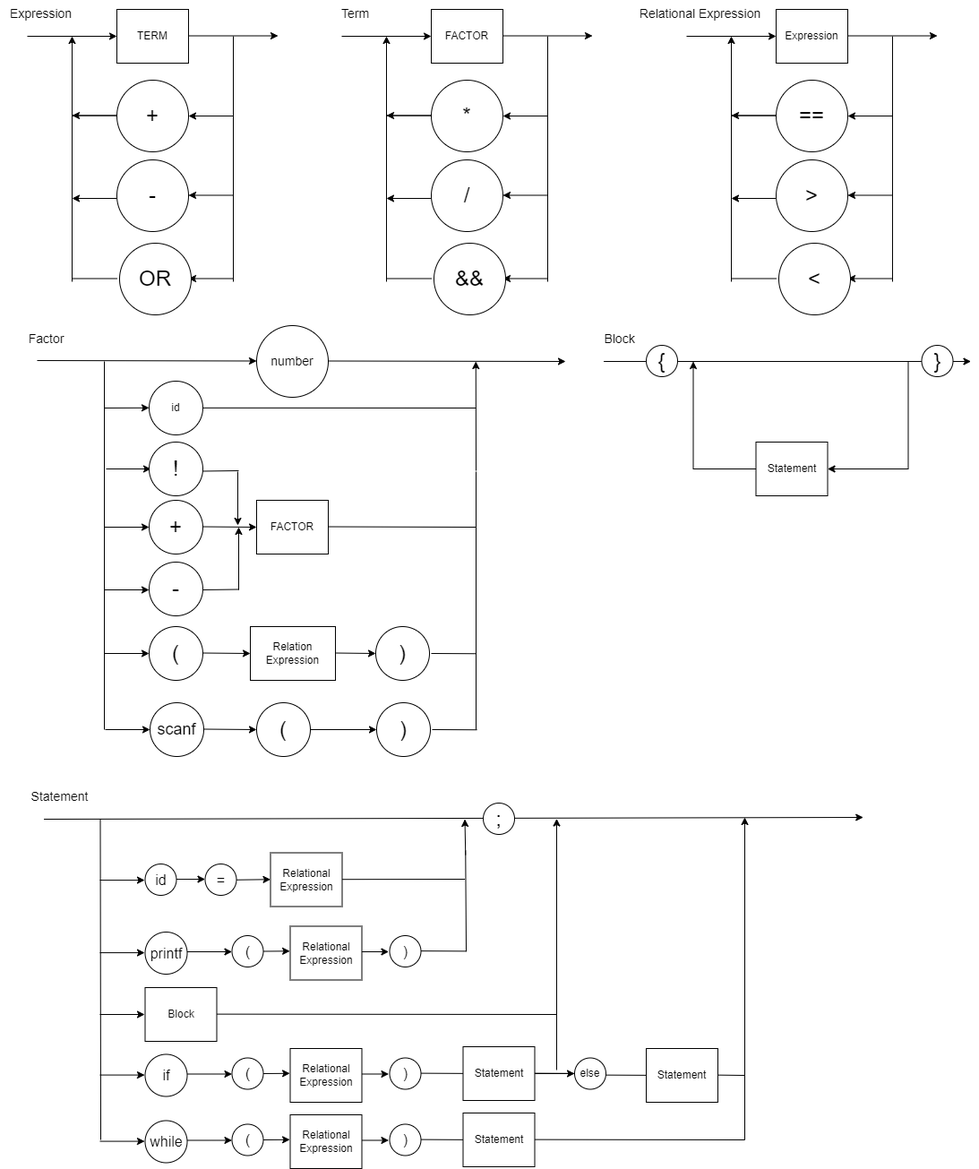
gustavoeso/LogCompGESO keeps this draw.io diagram as imgs/diagrama_v3.png. Above is the earlier version. Source tidied: cells renumbered, new cells last; positions are measured from the earlier drawing's top-left corner, leaving out a move shared by most shapes.
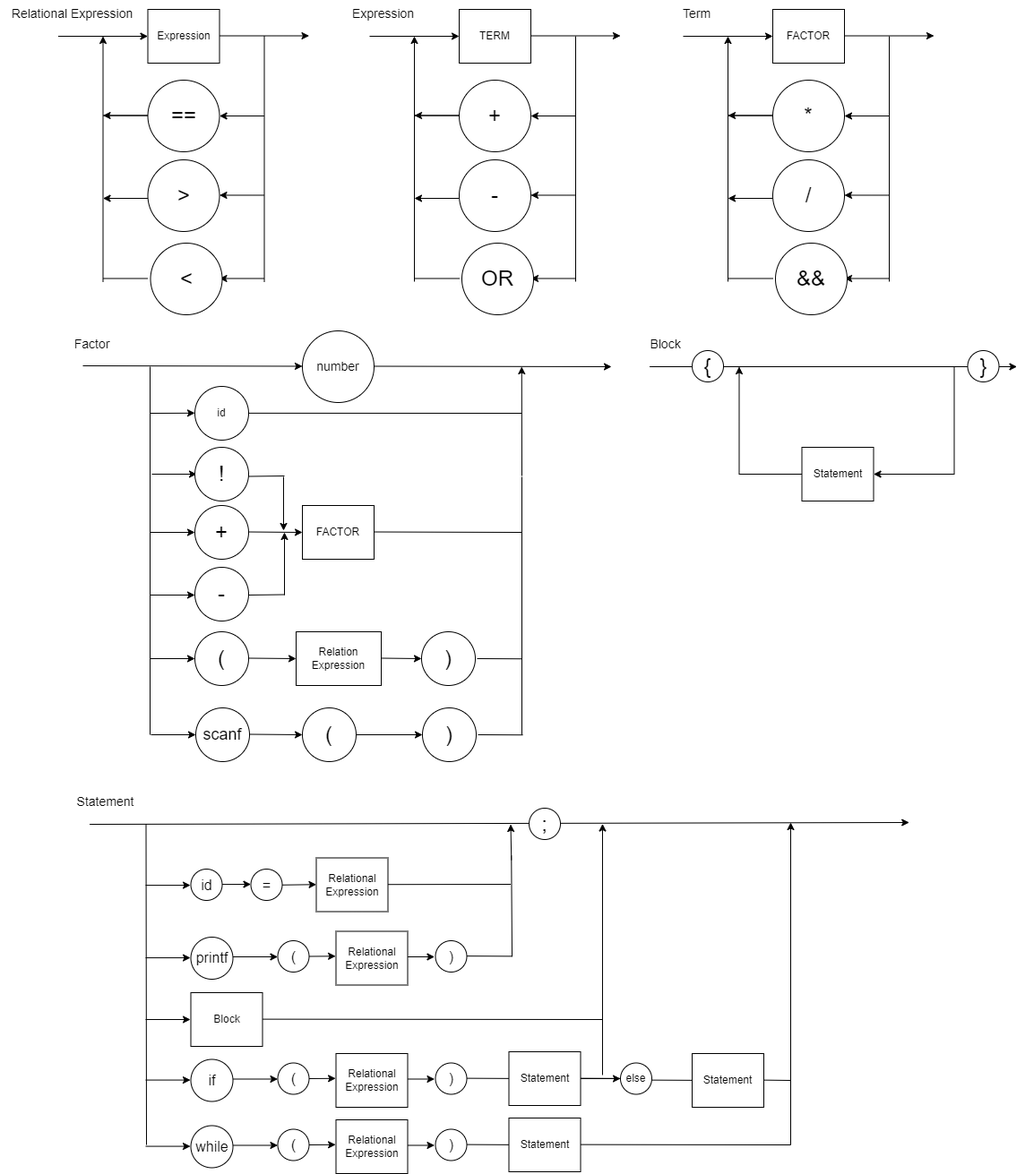
Above is the later version.

Commit message:
atualizando imagem

The edit, as a diff of the source:
```diff
@@ -6,4 +6,4 @@
       <mxGeometry relative="1" as="geometry">
-        <mxPoint x="381" y="40" as="sourcePoint" />
-        <mxPoint x="481" y="40" as="targetPoint" />
+        <mxPoint x="711" y="34" as="sourcePoint" />
+        <mxPoint x="811" y="34" as="targetPoint" />
       </mxGeometry>
@@ -12,4 +12,4 @@
       <mxGeometry relative="1" as="geometry">
-        <mxPoint x="561" y="39.5" as="sourcePoint" />
-        <mxPoint x="661" y="39.5" as="targetPoint" />
+        <mxPoint x="891" y="33.5" as="sourcePoint" />
+        <mxPoint x="991" y="33.5" as="targetPoint" />
       </mxGeometry>
@@ -18,4 +18,4 @@
       <mxGeometry relative="1" as="geometry">
-        <mxPoint x="611" y="314" as="sourcePoint" />
-        <mxPoint x="611" y="40" as="targetPoint" />
+        <mxPoint x="941" y="308" as="sourcePoint" />
+        <mxPoint x="941" y="34" as="targetPoint" />
       </mxGeometry>
@@ -24,3 +24,3 @@
       <mxGeometry relative="1" as="geometry">
-        <mxPoint x="611" y="129" as="sourcePoint" />
+        <mxPoint x="941" y="123" as="sourcePoint" />
       </mxGeometry>
@@ -28,6 +28,6 @@
     <mxCell id="6" value="*" style="ellipse;whiteSpace=wrap;html=1;fontSize=24;" parent="1" vertex="1">
-      <mxGeometry x="481" y="89" width="80" height="80" as="geometry" />
+      <mxGeometry x="811" y="83" width="80" height="80" as="geometry" />
     </mxCell>
     <mxCell id="7" value="/" style="ellipse;whiteSpace=wrap;html=1;fontSize=24;" parent="1" vertex="1">
-      <mxGeometry x="481" y="178" width="80" height="80" as="geometry" />
+      <mxGeometry x="811" y="172" width="80" height="80" as="geometry" />
     </mxCell>
@@ -35,4 +35,4 @@
       <mxGeometry relative="1" as="geometry">
-        <mxPoint x="611" y="217.5" as="sourcePoint" />
-        <mxPoint x="561" y="217.5" as="targetPoint" />
+        <mxPoint x="941" y="211.5" as="sourcePoint" />
+        <mxPoint x="891" y="211.5" as="targetPoint" />
       </mxGeometry>
@@ -41,4 +41,4 @@
       <mxGeometry relative="1" as="geometry">
-        <mxPoint x="431" y="314" as="sourcePoint" />
-        <mxPoint x="431" y="40" as="targetPoint" />
+        <mxPoint x="761" y="308" as="sourcePoint" />
+        <mxPoint x="761" y="34" as="targetPoint" />
       </mxGeometry>
@@ -47,4 +47,4 @@
       <mxGeometry relative="1" as="geometry">
-        <mxPoint x="431" y="310.5" as="sourcePoint" />
-        <mxPoint x="481" y="310.5" as="targetPoint" />
+        <mxPoint x="761" y="304.5" as="sourcePoint" />
+        <mxPoint x="811" y="304.5" as="targetPoint" />
       </mxGeometry>
@@ -53,4 +53,4 @@
       <mxGeometry relative="1" as="geometry">
-        <mxPoint x="431" y="128.5" as="sourcePoint" />
-        <mxPoint x="481" y="128.5" as="targetPoint" />
+        <mxPoint x="761" y="122.5" as="sourcePoint" />
+        <mxPoint x="811" y="122.5" as="targetPoint" />
       </mxGeometry>
@@ -58,3 +58,3 @@
     <mxCell id="12" value="&lt;font style=&quot;font-size: 14px;&quot;&gt;Term&lt;/font&gt;" style="text;html=1;align=center;verticalAlign=middle;strokeColor=none;fillColor=none;" parent="1" vertex="1">
-      <mxGeometry x="371" width="50" height="30" as="geometry" />
+      <mxGeometry x="701" y="-6" width="50" height="30" as="geometry" />
     </mxCell>
@@ -62,4 +62,4 @@
       <mxGeometry relative="1" as="geometry">
-        <mxPoint x="481" y="128.5" as="sourcePoint" />
-        <mxPoint x="431" y="128.5" as="targetPoint" />
+        <mxPoint x="811" y="122.5" as="sourcePoint" />
+        <mxPoint x="761" y="122.5" as="targetPoint" />
       </mxGeometry>
@@ -124,3 +124,3 @@
     <mxCell id="25" value="FACTOR" style="rounded=0;whiteSpace=wrap;html=1;" parent="1" vertex="1">
-      <mxGeometry x="481" y="10" width="80" height="60" as="geometry" />
+      <mxGeometry x="811" y="4" width="80" height="60" as="geometry" />
     </mxCell>
@@ -341,4 +341,4 @@
       <mxGeometry relative="1" as="geometry">
-        <mxPoint x="611" y="310.5" as="sourcePoint" />
-        <mxPoint x="561" y="310.5" as="targetPoint" />
+        <mxPoint x="941" y="304.5" as="sourcePoint" />
+        <mxPoint x="891" y="304.5" as="targetPoint" />
       </mxGeometry>
@@ -346,3 +346,3 @@
     <mxCell id="73" value="&amp;amp;&amp;amp;" style="ellipse;whiteSpace=wrap;html=1;fontSize=24;" parent="1" vertex="1">
-      <mxGeometry x="484" y="271" width="80" height="80" as="geometry" />
+      <mxGeometry x="814" y="265" width="80" height="80" as="geometry" />
     </mxCell>
@@ -350,90 +350,10 @@
       <mxGeometry relative="1" as="geometry">
-        <mxPoint x="481" y="221" as="sourcePoint" />
-        <mxPoint x="431" y="221" as="targetPoint" />
+        <mxPoint x="811" y="215" as="sourcePoint" />
+        <mxPoint x="761" y="215" as="targetPoint" />
       </mxGeometry>
     </mxCell>
-    <mxCell id="75" style="endArrow=classic;html=1;rounded=0;" parent="1" edge="1">
-      <mxGeometry relative="1" as="geometry">
-        <mxPoint x="30" y="40" as="sourcePoint" />
-        <mxPoint x="130" y="40" as="targetPoint" />
-      </mxGeometry>
-    </mxCell>
-    <mxCell id="76" style="endArrow=classic;html=1;rounded=0;" parent="1" edge="1">
-      <mxGeometry relative="1" as="geometry">
-        <mxPoint x="210" y="39.5" as="sourcePoint" />
-        <mxPoint x="310" y="39.5" as="targetPoint" />
-      </mxGeometry>
-    </mxCell>
-    <mxCell id="77" style="endArrow=none;html=1;rounded=0;" parent="1" edge="1">
-      <mxGeometry relative="1" as="geometry">
-        <mxPoint x="260" y="314" as="sourcePoint" />
-        <mxPoint x="260" y="40" as="targetPoint" />
-      </mxGeometry>
-    </mxCell>
-    <mxCell id="78" style="endArrow=classic;html=1;rounded=0;entryX=1;entryY=0.5;entryDx=0;entryDy=0;" parent="1" edge="1" target="79">
-      <mxGeometry relative="1" as="geometry">
-        <mxPoint x="260" y="129" as="sourcePoint" />
-      </mxGeometry>
-    </mxCell>
-    <mxCell id="79" value="+" style="ellipse;whiteSpace=wrap;html=1;fontSize=24;" parent="1" vertex="1">
-      <mxGeometry x="130" y="89" width="80" height="80" as="geometry" />
-    </mxCell>
-    <mxCell id="80" value="-" style="ellipse;whiteSpace=wrap;html=1;fontSize=24;" parent="1" vertex="1">
-      <mxGeometry x="130" y="178" width="80" height="80" as="geometry" />
-    </mxCell>
-    <mxCell id="81" style="endArrow=classic;html=1;rounded=0;entryX=1;entryY=0.5;entryDx=0;entryDy=0;" parent="1" edge="1">
-      <mxGeometry relative="1" as="geometry">
-        <mxPoint x="260" y="217.5" as="sourcePoint" />
-        <mxPoint x="210" y="217.5" as="targetPoint" />
-      </mxGeometry>
-    </mxCell>
-    <mxCell id="82" style="endArrow=classic;html=1;rounded=0;" parent="1" edge="1">
-      <mxGeometry relative="1" as="geometry">
-        <mxPoint x="80" y="314" as="sourcePoint" />
-        <mxPoint x="80" y="40" as="targetPoint" />
-      </mxGeometry>
-    </mxCell>
-    <mxCell id="83" style="endArrow=none;html=1;rounded=0;entryX=0;entryY=0.5;entryDx=0;entryDy=0;" parent="1" edge="1">
-      <mxGeometry relative="1" as="geometry">
-        <mxPoint x="80" y="310.5" as="sourcePoint" />
-        <mxPoint x="130" y="310.5" as="targetPoint" />
-      </mxGeometry>
-    </mxCell>
-    <mxCell id="84" style="endArrow=none;html=1;rounded=0;entryX=0;entryY=0.5;entryDx=0;entryDy=0;" parent="1" edge="1">
-      <mxGeometry relative="1" as="geometry">
-        <mxPoint x="80" y="128.5" as="sourcePoint" />
-        <mxPoint x="130" y="128.5" as="targetPoint" />
-      </mxGeometry>
-    </mxCell>
-    <mxCell id="85" value="&lt;font style=&quot;font-size: 14px;&quot;&gt;Expression&lt;/font&gt;" style="text;html=1;align=center;verticalAlign=middle;strokeColor=none;fillColor=none;" parent="1" vertex="1">
-      <mxGeometry width="90" height="30" as="geometry" />
-    </mxCell>
-    <mxCell id="86" style="endArrow=classic;html=1;rounded=0;entryX=1;entryY=0.5;entryDx=0;entryDy=0;" parent="1" edge="1">
-      <mxGeometry relative="1" as="geometry">
-        <mxPoint x="130" y="128.5" as="sourcePoint" />
-        <mxPoint x="80" y="128.5" as="targetPoint" />
-      </mxGeometry>
-    </mxCell>
-    <mxCell id="87" value="TERM" style="rounded=0;whiteSpace=wrap;html=1;" parent="1" vertex="1">
-      <mxGeometry x="130" y="10" width="80" height="60" as="geometry" />
-    </mxCell>
-    <mxCell id="88" style="endArrow=classic;html=1;rounded=0;entryX=1;entryY=0.5;entryDx=0;entryDy=0;" parent="1" edge="1">
-      <mxGeometry relative="1" as="geometry">
-        <mxPoint x="260" y="310.5" as="sourcePoint" />
-        <mxPoint x="210" y="310.5" as="targetPoint" />
-      </mxGeometry>
-    </mxCell>
-    <mxCell id="89" value="OR" style="ellipse;whiteSpace=wrap;html=1;fontSize=24;" parent="1" vertex="1">
-      <mxGeometry x="133" y="271" width="80" height="80" as="geometry" />
-    </mxCell>
-    <mxCell id="90" style="endArrow=classic;html=1;rounded=0;entryX=1;entryY=0.5;entryDx=0;entryDy=0;" parent="1" edge="1">
-      <mxGeometry relative="1" as="geometry">
-        <mxPoint x="130" y="221" as="sourcePoint" />
-        <mxPoint x="80" y="221" as="targetPoint" />
-      </mxGeometry>
-    </mxCell>
     <mxCell id="91" style="endArrow=classic;html=1;rounded=0;" parent="1" edge="1">
       <mxGeometry relative="1" as="geometry">
-        <mxPoint x="766" y="40" as="sourcePoint" />
-        <mxPoint x="866" y="40" as="targetPoint" />
+        <mxPoint x="13.5" y="34" as="sourcePoint" />
+        <mxPoint x="113.5" y="34" as="targetPoint" />
       </mxGeometry>
@@ -442,4 +362,4 @@
       <mxGeometry relative="1" as="geometry">
-        <mxPoint x="946" y="39.5" as="sourcePoint" />
-        <mxPoint x="1046" y="39.5" as="targetPoint" />
+        <mxPoint x="193.5" y="33.5" as="sourcePoint" />
+        <mxPoint x="293.5" y="33.5" as="targetPoint" />
       </mxGeometry>
@@ -448,4 +368,4 @@
       <mxGeometry relative="1" as="geometry">
-        <mxPoint x="996" y="314" as="sourcePoint" />
-        <mxPoint x="996" y="40" as="targetPoint" />
+        <mxPoint x="243.5" y="308" as="sourcePoint" />
+        <mxPoint x="243.5" y="34" as="targetPoint" />
       </mxGeometry>
@@ -454,3 +374,3 @@
       <mxGeometry relative="1" as="geometry">
-        <mxPoint x="996" y="129" as="sourcePoint" />
+        <mxPoint x="243.5" y="123" as="sourcePoint" />
       </mxGeometry>
@@ -458,6 +378,6 @@
     <mxCell id="95" value="==" style="ellipse;whiteSpace=wrap;html=1;fontSize=24;" parent="1" vertex="1">
-      <mxGeometry x="866" y="89" width="80" height="80" as="geometry" />
+      <mxGeometry x="113.5" y="83" width="80" height="80" as="geometry" />
     </mxCell>
     <mxCell id="96" value="&amp;gt;" style="ellipse;whiteSpace=wrap;html=1;fontSize=24;" parent="1" vertex="1">
-      <mxGeometry x="866" y="178" width="80" height="80" as="geometry" />
+      <mxGeometry x="113.5" y="172" width="80" height="80" as="geometry" />
     </mxCell>
@@ -465,4 +385,4 @@
       <mxGeometry relative="1" as="geometry">
-        <mxPoint x="996" y="217.5" as="sourcePoint" />
-        <mxPoint x="946" y="217.5" as="targetPoint" />
+        <mxPoint x="243.5" y="211.5" as="sourcePoint" />
+        <mxPoint x="193.5" y="211.5" as="targetPoint" />
       </mxGeometry>
@@ -471,4 +391,4 @@
       <mxGeometry relative="1" as="geometry">
-        <mxPoint x="816" y="314" as="sourcePoint" />
-        <mxPoint x="816" y="40" as="targetPoint" />
+        <mxPoint x="63.5" y="308" as="sourcePoint" />
+        <mxPoint x="63.5" y="34" as="targetPoint" />
       </mxGeometry>
@@ -477,4 +397,4 @@
       <mxGeometry relative="1" as="geometry">
-        <mxPoint x="816" y="310.5" as="sourcePoint" />
-        <mxPoint x="866" y="310.5" as="targetPoint" />
+        <mxPoint x="63.5" y="304.5" as="sourcePoint" />
+        <mxPoint x="113.5" y="304.5" as="targetPoint" />
       </mxGeometry>
@@ -483,4 +403,4 @@
       <mxGeometry relative="1" as="geometry">
-        <mxPoint x="816" y="128.5" as="sourcePoint" />
-        <mxPoint x="866" y="128.5" as="targetPoint" />
+        <mxPoint x="63.5" y="122.5" as="sourcePoint" />
+        <mxPoint x="113.5" y="122.5" as="targetPoint" />
       </mxGeometry>
@@ -488,3 +408,3 @@
     <mxCell id="101" value="&lt;font style=&quot;font-size: 14px;&quot;&gt;Relational Expression&lt;/font&gt;" style="text;html=1;align=center;verticalAlign=middle;strokeColor=none;fillColor=none;" parent="1" vertex="1">
-      <mxGeometry x="701" width="160" height="30" as="geometry" />
+      <mxGeometry x="-51.5" y="-6" width="160" height="30" as="geometry" />
     </mxCell>
@@ -492,4 +412,4 @@
       <mxGeometry relative="1" as="geometry">
-        <mxPoint x="866" y="128.5" as="sourcePoint" />
-        <mxPoint x="816" y="128.5" as="targetPoint" />
+        <mxPoint x="113.5" y="122.5" as="sourcePoint" />
+        <mxPoint x="63.5" y="122.5" as="targetPoint" />
       </mxGeometry>
@@ -497,3 +417,3 @@
     <mxCell id="103" value="Expression" style="rounded=0;whiteSpace=wrap;html=1;" parent="1" vertex="1">
-      <mxGeometry x="866" y="10" width="80" height="60" as="geometry" />
+      <mxGeometry x="113.5" y="4" width="80" height="60" as="geometry" />
     </mxCell>
@@ -501,4 +421,4 @@
       <mxGeometry relative="1" as="geometry">
-        <mxPoint x="996" y="310.5" as="sourcePoint" />
-        <mxPoint x="946" y="310.5" as="targetPoint" />
+        <mxPoint x="243.5" y="304.5" as="sourcePoint" />
+        <mxPoint x="193.5" y="304.5" as="targetPoint" />
       </mxGeometry>
@@ -506,3 +426,3 @@
     <mxCell id="105" value="&amp;lt;" style="ellipse;whiteSpace=wrap;html=1;fontSize=24;" parent="1" vertex="1">
-      <mxGeometry x="869" y="271" width="80" height="80" as="geometry" />
+      <mxGeometry x="116.5" y="265" width="80" height="80" as="geometry" />
     </mxCell>
@@ -510,4 +430,4 @@
       <mxGeometry relative="1" as="geometry">
-        <mxPoint x="866" y="221" as="sourcePoint" />
-        <mxPoint x="816" y="221" as="targetPoint" />
+        <mxPoint x="113.5" y="215" as="sourcePoint" />
+        <mxPoint x="63.5" y="215" as="targetPoint" />
       </mxGeometry>
@@ -710,2 +630,82 @@
     </mxCell>
+    <mxCell id="150" style="endArrow=classic;html=1;rounded=0;" parent="1" edge="1">
+      <mxGeometry relative="1" as="geometry">
+        <mxPoint x="361" y="34" as="sourcePoint" />
+        <mxPoint x="461" y="34" as="targetPoint" />
+      </mxGeometry>
+    </mxCell>
+    <mxCell id="151" style="endArrow=classic;html=1;rounded=0;" parent="1" edge="1">
+      <mxGeometry relative="1" as="geometry">
+        <mxPoint x="541" y="33.5" as="sourcePoint" />
+        <mxPoint x="641" y="33.5" as="targetPoint" />
+      </mxGeometry>
+    </mxCell>
+    <mxCell id="152" style="endArrow=none;html=1;rounded=0;" parent="1" edge="1">
+      <mxGeometry relative="1" as="geometry">
+        <mxPoint x="591" y="308" as="sourcePoint" />
+        <mxPoint x="591" y="34" as="targetPoint" />
+      </mxGeometry>
+    </mxCell>
+    <mxCell id="153" style="endArrow=classic;html=1;rounded=0;entryX=1;entryY=0.5;entryDx=0;entryDy=0;" parent="1" edge="1" target="79">
+      <mxGeometry relative="1" as="geometry">
+        <mxPoint x="591" y="123" as="sourcePoint" />
+      </mxGeometry>
+    </mxCell>
+    <mxCell id="79" value="+" style="ellipse;whiteSpace=wrap;html=1;fontSize=24;" parent="1" vertex="1">
+      <mxGeometry x="461" y="83" width="80" height="80" as="geometry" />
+    </mxCell>
+    <mxCell id="80" value="-" style="ellipse;whiteSpace=wrap;html=1;fontSize=24;" parent="1" vertex="1">
+      <mxGeometry x="461" y="172" width="80" height="80" as="geometry" />
+    </mxCell>
+    <mxCell id="154" style="endArrow=classic;html=1;rounded=0;entryX=1;entryY=0.5;entryDx=0;entryDy=0;" parent="1" edge="1">
+      <mxGeometry relative="1" as="geometry">
+        <mxPoint x="591" y="211.5" as="sourcePoint" />
+        <mxPoint x="541" y="211.5" as="targetPoint" />
+      </mxGeometry>
+    </mxCell>
+    <mxCell id="155" style="endArrow=classic;html=1;rounded=0;" parent="1" edge="1">
+      <mxGeometry relative="1" as="geometry">
+        <mxPoint x="411" y="308" as="sourcePoint" />
+        <mxPoint x="411" y="34" as="targetPoint" />
+      </mxGeometry>
+    </mxCell>
+    <mxCell id="156" style="endArrow=none;html=1;rounded=0;entryX=0;entryY=0.5;entryDx=0;entryDy=0;" parent="1" edge="1">
+      <mxGeometry relative="1" as="geometry">
+        <mxPoint x="411" y="304.5" as="sourcePoint" />
+        <mxPoint x="461" y="304.5" as="targetPoint" />
+      </mxGeometry>
+    </mxCell>
+    <mxCell id="157" style="endArrow=none;html=1;rounded=0;entryX=0;entryY=0.5;entryDx=0;entryDy=0;" parent="1" edge="1">
+      <mxGeometry relative="1" as="geometry">
+        <mxPoint x="411" y="122.5" as="sourcePoint" />
+        <mxPoint x="461" y="122.5" as="targetPoint" />
+      </mxGeometry>
+    </mxCell>
+    <mxCell id="85" value="&lt;font style=&quot;font-size: 14px;&quot;&gt;Expression&lt;/font&gt;" style="text;html=1;align=center;verticalAlign=middle;strokeColor=none;fillColor=none;" parent="1" vertex="1">
+      <mxGeometry x="331" y="-6" width="90" height="30" as="geometry" />
+    </mxCell>
+    <mxCell id="158" style="endArrow=classic;html=1;rounded=0;entryX=1;entryY=0.5;entryDx=0;entryDy=0;" parent="1" edge="1">
+      <mxGeometry relative="1" as="geometry">
+        <mxPoint x="461" y="122.5" as="sourcePoint" />
+        <mxPoint x="411" y="122.5" as="targetPoint" />
+      </mxGeometry>
+    </mxCell>
+    <mxCell id="87" value="TERM" style="rounded=0;whiteSpace=wrap;html=1;" parent="1" vertex="1">
+      <mxGeometry x="461" y="4" width="80" height="60" as="geometry" />
+    </mxCell>
+    <mxCell id="159" style="endArrow=classic;html=1;rounded=0;entryX=1;entryY=0.5;entryDx=0;entryDy=0;" parent="1" edge="1">
+      <mxGeometry relative="1" as="geometry">
+        <mxPoint x="591" y="304.5" as="sourcePoint" />
+        <mxPoint x="541" y="304.5" as="targetPoint" />
+      </mxGeometry>
+    </mxCell>
+    <mxCell id="89" value="OR" style="ellipse;whiteSpace=wrap;html=1;fontSize=24;" parent="1" vertex="1">
+      <mxGeometry x="464" y="265" width="80" height="80" as="geometry" />
+    </mxCell>
+    <mxCell id="160" style="endArrow=classic;html=1;rounded=0;entryX=1;entryY=0.5;entryDx=0;entryDy=0;" parent="1" edge="1">
+      <mxGeometry relative="1" as="geometry">
+        <mxPoint x="461" y="215" as="sourcePoint" />
+        <mxPoint x="411" y="215" as="targetPoint" />
+      </mxGeometry>
+    </mxCell>
   </root>
```
